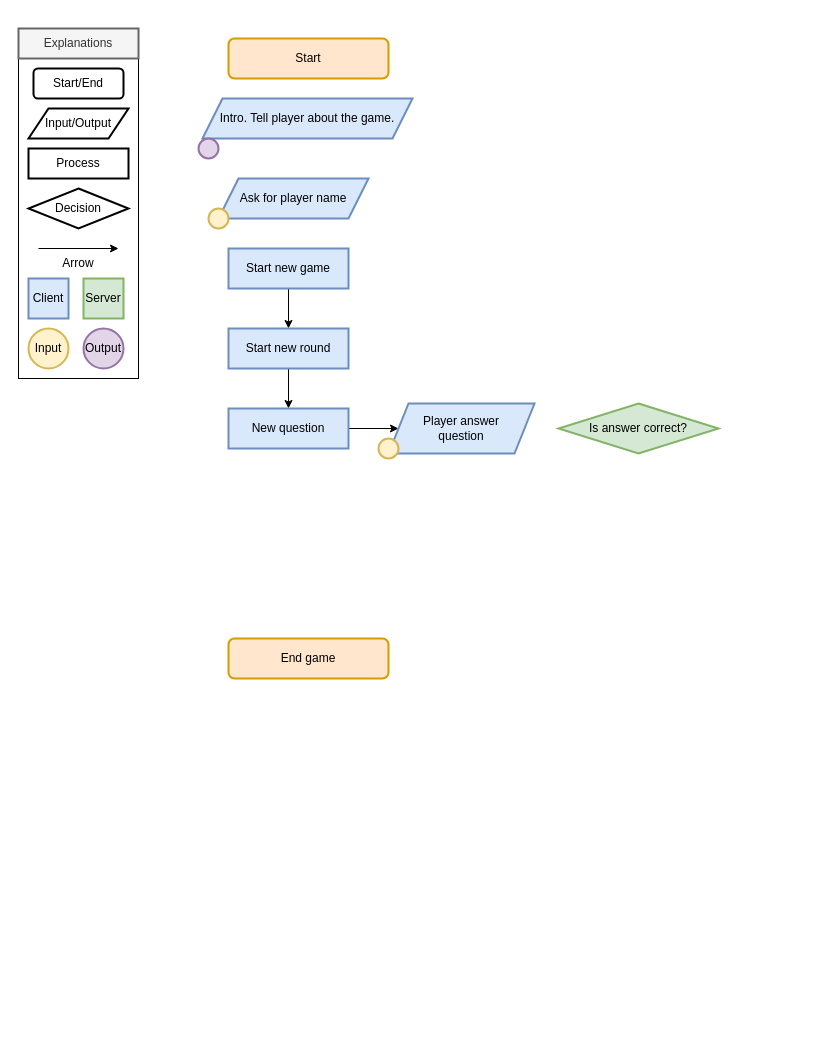
This is Namnlöst diagram.drawio from ramenberg/Quizkampen, a draw.io file, before an edit. Source tidied: cells renumbered, new cells numbered last; positions are measured from the earlier drawing's top-left corner, leaving out a move shared by most shapes. Both pictures are drawn from the tidied source at 100%, with x=0, y=0 at pixel (18, 28).
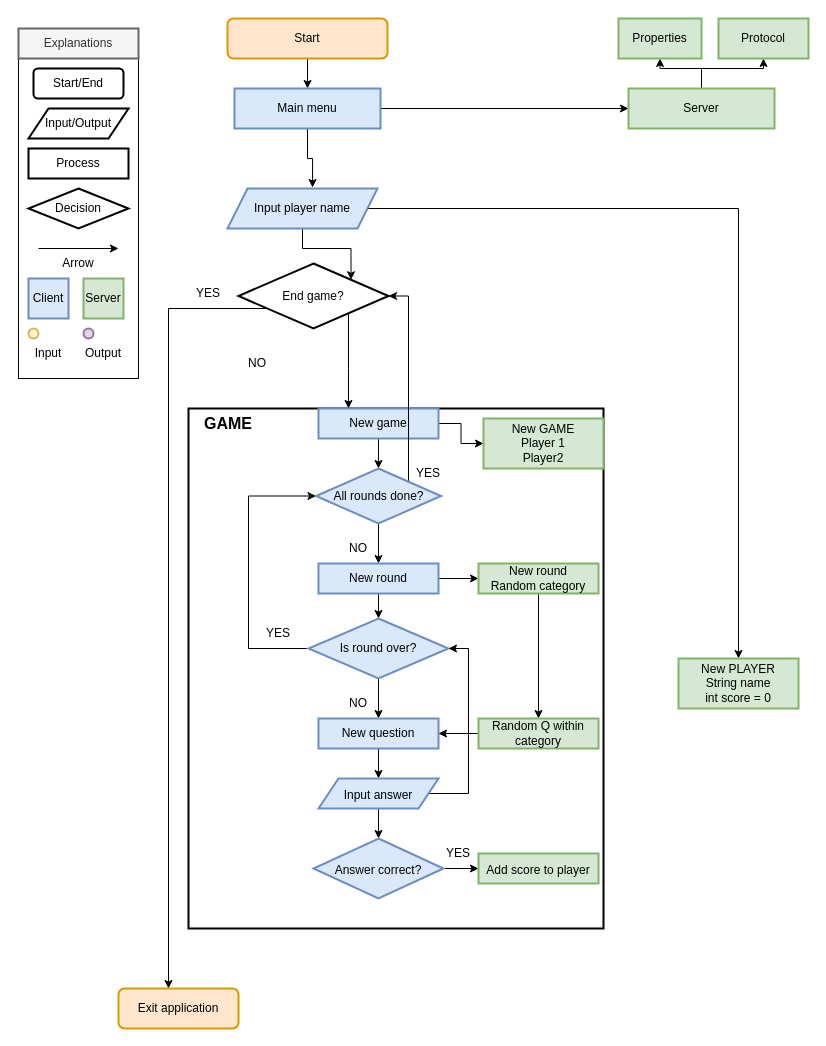
After the change.

Diff of the diagram source:
```diff
@@
+    <mxCell id="29" style="edgeStyle=orthogonalEdgeStyle;rounded=0;jettySize=auto;html=1;entryX=0.5;entryY=0;entryDx=0;entryDy=0;" parent="1" edge="1" source="10" target="14">
+      <mxGeometry relative="1" as="geometry" />
+    </mxCell>
     <mxCell id="10" value="Start" style="rounded=1;whiteSpace=wrap;html=1;strokeColor=#d79b00;strokeWidth=2;fillColor=#ffe6cc;" parent="1" vertex="1">
-      <mxGeometry x="210" y="10" width="160" height="40" as="geometry" />
+      <mxGeometry x="209" y="-10" width="160" height="40" as="geometry" />
     </mxCell>
@@
-    <mxCell id="13" value="End game" style="rounded=1;whiteSpace=wrap;html=1;strokeColor=#d79b00;strokeWidth=2;fillColor=#ffe6cc;" parent="1" vertex="1">
-      <mxGeometry x="210" y="610" width="160" height="40" as="geometry" />
-    </mxCell>
+    <mxCell id="30" style="edgeStyle=orthogonalEdgeStyle;rounded=0;jettySize=auto;html=1;entryX=0.567;entryY=-0.025;entryDx=0;entryDy=0;entryPerimeter=0;" parent="1" edge="1" source="14" target="15">
+      <mxGeometry relative="1" as="geometry" />
+    </mxCell>
+    <mxCell id="31" style="edgeStyle=orthogonalEdgeStyle;rounded=0;jettySize=auto;html=1;" parent="1" edge="1" source="14" target="58">
+      <mxGeometry relative="1" as="geometry" />
+    </mxCell>
-    <mxCell id="14" value="Intro. Tell player about the game." style="shape=parallelogram;perimeter=parallelogramPerimeter;whiteSpace=wrap;html=1;fixedSize=1;strokeColor=#6c8ebf;strokeWidth=2;fillColor=#dae8fc;" parent="1" vertex="1">
-      <mxGeometry x="184" y="70" width="210" height="40" as="geometry" />
+    <mxCell id="14" value="Main menu" style="rounded=0;whiteSpace=wrap;html=1;strokeColor=#6c8ebf;strokeWidth=2;fillColor=#dae8fc;" parent="1" vertex="1">
+      <mxGeometry x="216" y="60" width="146" height="40" as="geometry" />
     </mxCell>
+    <mxCell id="32" style="edgeStyle=orthogonalEdgeStyle;rounded=0;jettySize=auto;html=1;entryX=1;entryY=0;entryDx=0;entryDy=0;" parent="1" edge="1" source="15" target="36">
+      <mxGeometry relative="1" as="geometry" />
+    </mxCell>
+    <mxCell id="33" style="edgeStyle=orthogonalEdgeStyle;rounded=0;jettySize=auto;html=1;fontSize=12;entryX=0.5;entryY=0;entryDx=0;entryDy=0;" parent="1" edge="1" source="15" target="47">
+      <mxGeometry relative="1" as="geometry" />
+    </mxCell>
-    <mxCell id="15" value="Ask for player name" style="shape=parallelogram;perimeter=parallelogramPerimeter;whiteSpace=wrap;html=1;fixedSize=1;strokeColor=#6c8ebf;strokeWidth=2;fillColor=#dae8fc;" parent="1" vertex="1">
-      <mxGeometry x="200" y="150" width="150" height="40" as="geometry" />
+    <mxCell id="15" value="Input player name" style="shape=parallelogram;perimeter=parallelogramPerimeter;whiteSpace=wrap;html=1;fixedSize=1;strokeColor=#6c8ebf;strokeWidth=2;fillColor=#dae8fc;" parent="1" vertex="1">
+      <mxGeometry x="209" y="160" width="150" height="40" as="geometry" />
     </mxCell>
-    <mxCell id="16" value="Input" style="ellipse;whiteSpace=wrap;html=1;strokeColor=#d6b656;strokeWidth=2;fillColor=#fff2cc;" parent="1" vertex="1">
-      <mxGeometry x="10" y="300" width="40" height="40" as="geometry" />
+    <mxCell id="16" style="ellipse;whiteSpace=wrap;html=1;strokeColor=#d6b656;strokeWidth=2;fillColor=#fff2cc;" parent="1" vertex="1">
+      <mxGeometry x="10" y="300" width="10" height="10" as="geometry" />
     </mxCell>
-    <mxCell id="17" value="Output" style="ellipse;whiteSpace=wrap;html=1;strokeColor=#9673a6;strokeWidth=2;fillColor=#e1d5e7;" parent="1" vertex="1">
-      <mxGeometry x="65" y="300" width="40" height="40" as="geometry" />
+    <mxCell id="17" style="ellipse;whiteSpace=wrap;html=1;strokeColor=#9673a6;strokeWidth=2;fillColor=#e1d5e7;" parent="1" vertex="1">
+      <mxGeometry x="65" y="300" width="10" height="10" as="geometry" />
     </mxCell>
-    <mxCell id="18" style="ellipse;whiteSpace=wrap;html=1;strokeColor=#9673a6;strokeWidth=2;fillColor=#e1d5e7;" parent="1" vertex="1">
-      <mxGeometry x="180" y="110" width="20" height="20" as="geometry" />
-    </mxCell>
-    <mxCell id="19" style="ellipse;whiteSpace=wrap;html=1;strokeColor=#d6b656;strokeWidth=2;fillColor=#fff2cc;" parent="1" vertex="1">
-      <mxGeometry x="190" y="180" width="20" height="20" as="geometry" />
-    </mxCell>
-    <mxCell id="20" style="edgeStyle=orthogonalEdgeStyle;rounded=0;jettySize=auto;html=1;" parent="1" edge="1" source="21" target="23">
-      <mxGeometry relative="1" as="geometry" />
-    </mxCell>
-    <mxCell id="21" value="Start new game" style="rounded=0;whiteSpace=wrap;html=1;strokeColor=#6c8ebf;strokeWidth=2;fillColor=#dae8fc;" parent="1" vertex="1">
-      <mxGeometry x="210" y="220" width="120" height="40" as="geometry" />
-    </mxCell>
-    <mxCell id="22" style="edgeStyle=orthogonalEdgeStyle;rounded=0;jettySize=auto;html=1;" parent="1" edge="1" source="23" target="25">
-      <mxGeometry relative="1" as="geometry" />
-    </mxCell>
-    <mxCell id="23" value="Start new round" style="rounded=0;whiteSpace=wrap;html=1;strokeColor=#6c8ebf;strokeWidth=2;fillColor=#dae8fc;" parent="1" vertex="1">
-      <mxGeometry x="210" y="300" width="120" height="40" as="geometry" />
-    </mxCell>
-    <mxCell id="24" style="edgeStyle=orthogonalEdgeStyle;rounded=0;jettySize=auto;html=1;entryX=0;entryY=0.5;entryDx=0;entryDy=0;" parent="1" edge="1" source="25" target="26">
-      <mxGeometry relative="1" as="geometry" />
-    </mxCell>
+    <mxCell id="34" style="edgeStyle=orthogonalEdgeStyle;rounded=0;jettySize=auto;html=1;" parent="1" edge="1" source="36" target="37">
+      <mxGeometry relative="1" as="geometry">
+        <Array as="points">
+          <mxPoint x="150" y="280" />
+        </Array>
+      </mxGeometry>
+    </mxCell>
+    <mxCell id="35" style="edgeStyle=orthogonalEdgeStyle;rounded=0;jettySize=auto;html=1;" parent="1" edge="1" source="36" target="42">
+      <mxGeometry relative="1" as="geometry">
+        <Array as="points">
+          <mxPoint x="330" y="340" />
+          <mxPoint x="330" y="340" />
+        </Array>
+      </mxGeometry>
+    </mxCell>
+    <mxCell id="36" value="End game?" style="rhombus;whiteSpace=wrap;html=1;strokeWidth=2;" parent="1" vertex="1">
+      <mxGeometry x="220" y="235" width="150" height="65" as="geometry" />
+    </mxCell>
+    <mxCell id="37" value="Exit application" style="rounded=1;whiteSpace=wrap;html=1;strokeColor=#d79b00;strokeWidth=2;fillColor=#ffe6cc;" parent="1" vertex="1">
+      <mxGeometry x="100" y="960" width="120" height="40" as="geometry" />
+    </mxCell>
+    <mxCell id="38" value="YES" style="text;html=1;strokeColor=none;fillColor=none;align=center;verticalAlign=middle;whiteSpace=wrap;rounded=0;strokeWidth=2;" parent="1" vertex="1">
+      <mxGeometry x="160" y="250" width="60" height="30" as="geometry" />
+    </mxCell>
+    <mxCell id="39" value="NO" style="text;html=1;strokeColor=none;fillColor=none;align=center;verticalAlign=middle;whiteSpace=wrap;rounded=0;strokeWidth=2;" parent="1" vertex="1">
+      <mxGeometry x="209" y="320" width="60" height="30" as="geometry" />
+    </mxCell>
+    <mxCell id="40" value="Input" style="text;html=1;strokeColor=none;fillColor=none;align=center;verticalAlign=middle;whiteSpace=wrap;rounded=0;strokeWidth=2;" parent="1" vertex="1">
+      <mxGeometry y="310" width="60" height="30" as="geometry" />
+    </mxCell>
+    <mxCell id="41" value="Output" style="text;html=1;strokeColor=none;fillColor=none;align=center;verticalAlign=middle;whiteSpace=wrap;rounded=0;strokeWidth=2;" parent="1" vertex="1">
+      <mxGeometry x="55" y="310" width="60" height="30" as="geometry" />
+    </mxCell>
+    <mxCell id="42" style="whiteSpace=wrap;html=1;strokeWidth=2;" parent="1" vertex="1">
+      <mxGeometry x="170" y="380" width="415" height="520" as="geometry" />
+    </mxCell>
+    <mxCell id="43" value="&lt;font style=&quot;font-size: 16px;&quot;&gt;&lt;b&gt;GAME&lt;/b&gt;&lt;/font&gt;" style="text;html=1;strokeColor=none;fillColor=none;align=center;verticalAlign=middle;whiteSpace=wrap;rounded=0;strokeWidth=2;" parent="1" vertex="1">
+      <mxGeometry x="180" y="380" width="60" height="30" as="geometry" />
+    </mxCell>
+    <mxCell id="44" style="edgeStyle=orthogonalEdgeStyle;rounded=0;jettySize=auto;html=1;" parent="1" edge="1" source="46" target="50">
+      <mxGeometry relative="1" as="geometry" />
+    </mxCell>
+    <mxCell id="45" style="edgeStyle=orthogonalEdgeStyle;rounded=0;jettySize=auto;html=1;" parent="1" edge="1" source="46" target="52">
+      <mxGeometry relative="1" as="geometry" />
+    </mxCell>
+    <mxCell id="46" value="New game" style="rounded=0;whiteSpace=wrap;html=1;strokeColor=#6c8ebf;strokeWidth=2;fillColor=#dae8fc;" parent="1" vertex="1">
+      <mxGeometry x="300" y="380" width="120" height="30" as="geometry" />
+    </mxCell>
+    <mxCell id="47" value="New PLAYER&lt;br&gt;String name&lt;br&gt;int score = 0" style="whiteSpace=wrap;html=1;fillColor=#d5e8d4;strokeColor=#82b366;strokeWidth=2;" parent="1" vertex="1">
+      <mxGeometry x="660" y="630" width="120" height="50" as="geometry" />
+    </mxCell>
+    <mxCell id="48" style="edgeStyle=orthogonalEdgeStyle;rounded=0;jettySize=auto;html=1;entryX=1;entryY=0.5;entryDx=0;entryDy=0;" parent="1" edge="1" source="50" target="36">
+      <mxGeometry relative="1" as="geometry">
+        <Array as="points">
+          <mxPoint x="390" y="468" />
+          <mxPoint x="390" y="268" />
+        </Array>
+      </mxGeometry>
+    </mxCell>
+    <mxCell id="49" style="edgeStyle=orthogonalEdgeStyle;rounded=0;jettySize=auto;html=1;" parent="1" edge="1" source="50" target="55">
+      <mxGeometry relative="1" as="geometry" />
+    </mxCell>
+    <mxCell id="50" value="All rounds done?" style="rhombus;whiteSpace=wrap;html=1;fillColor=#dae8fc;strokeColor=#6c8ebf;rounded=0;strokeWidth=2;" parent="1" vertex="1">
+      <mxGeometry x="297.5" y="440" width="125" height="55" as="geometry" />
+    </mxCell>
+    <mxCell id="51" value="YES" style="text;html=1;strokeColor=none;fillColor=none;align=center;verticalAlign=middle;whiteSpace=wrap;rounded=0;strokeWidth=2;" parent="1" vertex="1">
+      <mxGeometry x="380" y="430" width="60" height="30" as="geometry" />
+    </mxCell>
+    <mxCell id="52" value="New GAME&lt;br&gt;Player 1&lt;br&gt;Player2" style="whiteSpace=wrap;html=1;fillColor=#d5e8d4;strokeColor=#82b366;rounded=0;strokeWidth=2;" parent="1" vertex="1">
+      <mxGeometry x="465" y="390" width="120" height="50" as="geometry" />
+    </mxCell>
+    <mxCell id="53" style="edgeStyle=orthogonalEdgeStyle;rounded=0;jettySize=auto;html=1;" parent="1" edge="1" source="55" target="65">
+      <mxGeometry relative="1" as="geometry" />
+    </mxCell>
+    <mxCell id="54" style="edgeStyle=orthogonalEdgeStyle;rounded=0;jettySize=auto;html=1;fontSize=12;" parent="1" edge="1" source="55" target="77">
+      <mxGeometry relative="1" as="geometry" />
+    </mxCell>
+    <mxCell id="55" value="New round" style="whiteSpace=wrap;html=1;fillColor=#dae8fc;strokeColor=#6c8ebf;rounded=0;strokeWidth=2;" parent="1" vertex="1">
+      <mxGeometry x="300" y="535" width="120" height="30" as="geometry" />
+    </mxCell>
+    <mxCell id="56" style="edgeStyle=orthogonalEdgeStyle;rounded=0;jettySize=auto;html=1;" parent="1" edge="1" source="58" target="59">
+      <mxGeometry relative="1" as="geometry" />
+    </mxCell>
+    <mxCell id="57" style="edgeStyle=orthogonalEdgeStyle;rounded=0;jettySize=auto;html=1;" parent="1" edge="1" source="58" target="60">
+      <mxGeometry relative="1" as="geometry" />
+    </mxCell>
+    <mxCell id="58" value="Server" style="rounded=0;whiteSpace=wrap;html=1;strokeColor=#82b366;strokeWidth=2;fillColor=#d5e8d4;" parent="1" vertex="1">
+      <mxGeometry x="610" y="60" width="146" height="40" as="geometry" />
+    </mxCell>
+    <mxCell id="59" value="Protocol" style="rounded=0;whiteSpace=wrap;html=1;strokeColor=#82b366;strokeWidth=2;fillColor=#d5e8d4;" parent="1" vertex="1">
+      <mxGeometry x="700" y="-10" width="90" height="40" as="geometry" />
+    </mxCell>
+    <mxCell id="60" value="Properties" style="rounded=0;whiteSpace=wrap;html=1;strokeColor=#82b366;strokeWidth=2;fillColor=#d5e8d4;" parent="1" vertex="1">
+      <mxGeometry x="600" y="-10" width="83" height="40" as="geometry" />
+    </mxCell>
+    <mxCell id="61" style="edgeStyle=orthogonalEdgeStyle;rounded=0;orthogonalLoop=1;jettySize=auto;html=1;exitX=0.5;exitY=1;exitDx=0;exitDy=0;" parent="1" edge="1" source="55" target="55">
+      <mxGeometry relative="1" as="geometry" />
+    </mxCell>
+    <mxCell id="62" value="NO" style="text;html=1;strokeColor=none;fillColor=none;align=center;verticalAlign=middle;whiteSpace=wrap;rounded=0;strokeWidth=2;" parent="1" vertex="1">
+      <mxGeometry x="310" y="505" width="60" height="30" as="geometry" />
+    </mxCell>
+    <mxCell id="63" style="edgeStyle=orthogonalEdgeStyle;rounded=0;jettySize=auto;html=1;" parent="1" edge="1" source="65" target="25">
+      <mxGeometry relative="1" as="geometry" />
+    </mxCell>
+    <mxCell id="64" style="edgeStyle=orthogonalEdgeStyle;rounded=0;jettySize=auto;html=1;entryX=0;entryY=0.5;entryDx=0;entryDy=0;fontSize=12;" parent="1" edge="1" source="65" target="50">
+      <mxGeometry relative="1" as="geometry">
+        <Array as="points">
+          <mxPoint x="230" y="620" />
+          <mxPoint x="230" y="468" />
+        </Array>
+      </mxGeometry>
+    </mxCell>
+    <mxCell id="65" value="Is round over?" style="rhombus;whiteSpace=wrap;html=1;fillColor=#dae8fc;strokeColor=#6c8ebf;rounded=0;strokeWidth=2;" parent="1" vertex="1">
+      <mxGeometry x="290" y="590" width="140" height="60" as="geometry" />
+    </mxCell>
+    <mxCell id="66" style="edgeStyle=orthogonalEdgeStyle;rounded=0;jettySize=auto;html=1;fontSize=12;" parent="1" edge="1" source="25" target="71">
+      <mxGeometry relative="1" as="geometry" />
+    </mxCell>
-    <mxCell id="25" value="New question" style="rounded=0;whiteSpace=wrap;html=1;strokeColor=#6c8ebf;strokeWidth=2;fillColor=#dae8fc;" parent="1" vertex="1">
-      <mxGeometry x="210" y="380" width="120" height="40" as="geometry" />
+    <mxCell id="25" value="New question" style="whiteSpace=wrap;html=1;fillColor=#dae8fc;strokeColor=#6c8ebf;rounded=0;strokeWidth=2;" parent="1" vertex="1">
+      <mxGeometry x="300" y="690" width="120" height="30" as="geometry" />
     </mxCell>
-    <mxCell id="26" value="Player answer&lt;br&gt;question" style="shape=parallelogram;perimeter=parallelogramPerimeter;whiteSpace=wrap;html=1;fixedSize=1;strokeColor=#6c8ebf;strokeWidth=2;fillColor=#dae8fc;" parent="1" vertex="1">
-      <mxGeometry x="370" y="375" width="146" height="50" as="geometry" />
-    </mxCell>
-    <mxCell id="27" style="ellipse;whiteSpace=wrap;html=1;strokeColor=#d6b656;strokeWidth=2;fillColor=#fff2cc;" parent="1" vertex="1">
-      <mxGeometry x="360" y="410" width="20" height="20" as="geometry" />
-    </mxCell>
-    <mxCell id="28" value="Is answer correct?" style="rhombus;whiteSpace=wrap;html=1;strokeColor=#82b366;strokeWidth=2;fillColor=#d5e8d4;" parent="1" vertex="1">
-      <mxGeometry x="540" y="375" width="160" height="50" as="geometry" />
-    </mxCell>
+    <mxCell id="67" value="NO" style="text;html=1;strokeColor=none;fillColor=none;align=center;verticalAlign=middle;whiteSpace=wrap;rounded=0;strokeWidth=2;" parent="1" vertex="1">
+      <mxGeometry x="310" y="660" width="60" height="30" as="geometry" />
+    </mxCell>
+    <mxCell id="68" value="YES" style="text;html=1;strokeColor=none;fillColor=none;align=center;verticalAlign=middle;whiteSpace=wrap;rounded=0;strokeWidth=2;" parent="1" vertex="1">
+      <mxGeometry x="230" y="590" width="60" height="30" as="geometry" />
+    </mxCell>
+    <mxCell id="69" style="edgeStyle=orthogonalEdgeStyle;rounded=0;jettySize=auto;html=1;fontSize=12;" parent="1" edge="1" source="71" target="73">
+      <mxGeometry relative="1" as="geometry" />
+    </mxCell>
+    <mxCell id="70" style="edgeStyle=orthogonalEdgeStyle;rounded=0;jettySize=auto;html=1;entryX=1;entryY=0.5;entryDx=0;entryDy=0;fontSize=12;" parent="1" edge="1" source="71" target="65">
+      <mxGeometry relative="1" as="geometry">
+        <Array as="points">
+          <mxPoint x="450" y="765" />
+          <mxPoint x="450" y="620" />
+        </Array>
+      </mxGeometry>
+    </mxCell>
+    <mxCell id="71" value="&lt;font style=&quot;font-size: 12px;&quot;&gt;Input answer&lt;/font&gt;" style="shape=parallelogram;perimeter=parallelogramPerimeter;whiteSpace=wrap;html=1;fixedSize=1;strokeColor=#6c8ebf;strokeWidth=2;fontSize=16;fillColor=#dae8fc;" parent="1" vertex="1">
+      <mxGeometry x="300" y="750" width="120" height="30" as="geometry" />
+    </mxCell>
+    <mxCell id="72" style="edgeStyle=orthogonalEdgeStyle;rounded=0;jettySize=auto;html=1;fontSize=12;" parent="1" edge="1" source="73" target="74">
+      <mxGeometry relative="1" as="geometry" />
+    </mxCell>
+    <mxCell id="73" value="&lt;font style=&quot;font-size: 12px;&quot;&gt;Answer correct?&lt;/font&gt;" style="rhombus;whiteSpace=wrap;html=1;fontSize=16;fillColor=#dae8fc;strokeColor=#6c8ebf;strokeWidth=2;" parent="1" vertex="1">
+      <mxGeometry x="295" y="810" width="130" height="60" as="geometry" />
+    </mxCell>
+    <mxCell id="74" value="&lt;font style=&quot;font-size: 12px;&quot;&gt;Add score to player&lt;/font&gt;" style="whiteSpace=wrap;html=1;fontSize=16;fillColor=#d5e8d4;strokeColor=#82b366;strokeWidth=2;" parent="1" vertex="1">
+      <mxGeometry x="460" y="825" width="120" height="30" as="geometry" />
+    </mxCell>
+    <mxCell id="75" value="YES" style="text;html=1;strokeColor=none;fillColor=none;align=center;verticalAlign=middle;whiteSpace=wrap;rounded=0;strokeWidth=2;" parent="1" vertex="1">
+      <mxGeometry x="410" y="810" width="60" height="30" as="geometry" />
+    </mxCell>
+    <mxCell id="76" style="edgeStyle=orthogonalEdgeStyle;rounded=0;jettySize=auto;html=1;fontSize=12;" parent="1" edge="1" source="77" target="79">
+      <mxGeometry relative="1" as="geometry" />
+    </mxCell>
+    <mxCell id="77" value="New round&lt;br&gt;Random category" style="whiteSpace=wrap;html=1;fillColor=#d5e8d4;strokeColor=#82b366;rounded=0;strokeWidth=2;" parent="1" vertex="1">
+      <mxGeometry x="460" y="535" width="120" height="30" as="geometry" />
+    </mxCell>
+    <mxCell id="78" style="edgeStyle=orthogonalEdgeStyle;rounded=0;jettySize=auto;html=1;fontSize=12;" parent="1" edge="1" source="79" target="25">
+      <mxGeometry relative="1" as="geometry" />
+    </mxCell>
+    <mxCell id="79" value="Random Q within&lt;br&gt;category" style="whiteSpace=wrap;html=1;fillColor=#d5e8d4;strokeColor=#82b366;rounded=0;strokeWidth=2;" parent="1" vertex="1">
+      <mxGeometry x="460" y="690" width="120" height="30" as="geometry" />
+    </mxCell>
```
